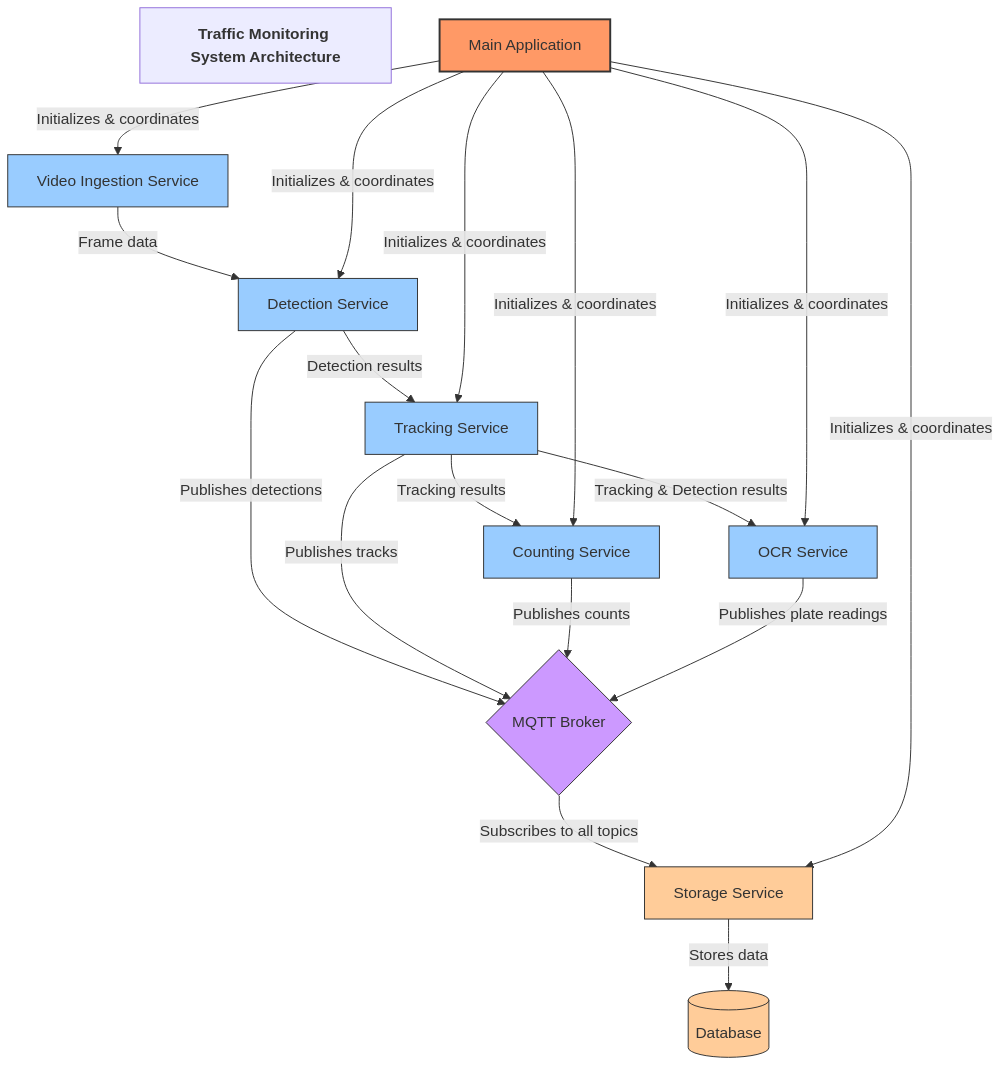
Earlier version of the Mermaid export traffic_monitoring/docs/images/architecture_diagram.png (leakless21/codespaces-blank). Its source is kept beside it as traffic_monitoring/docs/images/architecture_diagram.mmd. Its diagram source:
```mermaid
graph TD
    title[<b>Traffic Monitoring System Architecture</b>]

    Main[Main Application]
    Video[Video Ingestion Service]
    Detection[Detection Service]
    Tracking[Tracking Service]
    Counting[Counting Service]
    OCR[OCR Service]
    Storage[Storage Service]
    DB[(Database)]
    MQTT{MQTT Broker}

    Video -->|Frame data| Detection
    Detection -->|Detection results| Tracking
    Tracking -->|Tracking results| Counting
    Tracking -->|Tracking & Detection results| OCR

    Detection -->|Publishes detections| MQTT
    Tracking -->|Publishes tracks| MQTT
    Counting -->|Publishes counts| MQTT
    OCR -->|Publishes plate readings| MQTT
    MQTT -->|Subscribes to all topics| Storage

    Storage -->|Stores data| DB

    Main -->|Initializes & coordinates| Video
    Main -->|Initializes & coordinates| Detection
    Main -->|Initializes & coordinates| Tracking
    Main -->|Initializes & coordinates| Counting
    Main -->|Initializes & coordinates| OCR
    Main -->|Initializes & coordinates| Storage

    classDef main fill:#f96,stroke:#333,stroke-width:2px
    classDef service fill:#9cf,stroke:#333,stroke-width:1px
    classDef storage fill:#fc9,stroke:#333,stroke-width:1px
    classDef messaging fill:#c9f,stroke:#333,stroke-width:1px

    class Main main
    class Video,Detection,Tracking,Counting,OCR service
    class Storage,DB storage
    class MQTT messaging
```
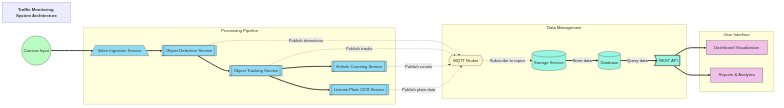
The same file after the commit.

What changed in the source:
```diff
@@ -1,42 +1,57 @@
-graph TD
+flowchart LR
     title[<b>Traffic Monitoring System Architecture</b>]
 
-    Main[Main Application]
-    Video[Video Ingestion Service]
-    Detection[Detection Service]
-    Tracking[Tracking Service]
-    Counting[Counting Service]
-    OCR[OCR Service]
-    Storage[Storage Service]
-    DB[(Database)]
-    MQTT{MQTT Broker}
+    Camera((Camera Input))
 
-    Video -->|Frame data| Detection
-    Detection -->|Detection results| Tracking
-    Tracking -->|Tracking results| Counting
-    Tracking -->|Tracking & Detection results| OCR
+    subgraph Processing["Processing Pipeline"]
+        direction TB
+        Video[/"Video Ingestion Service"\]
+        Detection[["Object Detection Service"]]
+        Tracking[["Object Tracking Service"]]
+        Counting[["Vehicle Counting Service"]]
+        OCR[["License Plate OCR Service"]]
+    end
 
-    Detection -->|Publishes detections| MQTT
-    Tracking -->|Publishes tracks| MQTT
-    Counting -->|Publishes counts| MQTT
-    OCR -->|Publishes plate readings| MQTT
-    MQTT -->|Subscribes to all topics| Storage
+    subgraph DataFlow["Data Management"]
+        direction TB
+        MQTT{{MQTT Broker}}
+        Storage[("Storage Service")]
+        DB[(Database)]
+        API>"REST API"]
+    end
 
-    Storage -->|Stores data| DB
+    subgraph UI["User Interface"]
+        direction TB
+        Dashboard["Dashboard Visualization"]
+        Reports["Reports & Analytics"]
+    end
 
-    Main -->|Initializes & coordinates| Video
-    Main -->|Initializes & coordinates| Detection
-    Main -->|Initializes & coordinates| Tracking
-    Main -->|Initializes & coordinates| Counting
-    Main -->|Initializes & coordinates| OCR
-    Main -->|Initializes & coordinates| Storage
+    Camera ==> Video
+    Video ==> Detection
+    Detection ==> Tracking
+    Tracking ==> Counting
+    Tracking ==> OCR
 
-    classDef main fill:#f96,stroke:#333,stroke-width:2px
-    classDef service fill:#9cf,stroke:#333,stroke-width:1px
-    classDef storage fill:#fc9,stroke:#333,stroke-width:1px
-    classDef messaging fill:#c9f,stroke:#333,stroke-width:1px
+    Detection -.->|"Publish detections"| MQTT
+    Tracking -.->|"Publish tracks"| MQTT
+    Counting -.->|"Publish counts"| MQTT
+    OCR -.->|"Publish plate data"| MQTT
 
-    class Main main
-    class Video,Detection,Tracking,Counting,OCR service
-    class Storage,DB storage
+    MQTT -.->|"Subscribe to topics"| Storage
+    Storage ==>|"Store data"| DB
+    DB ==>|"Query data"| API
+
+    API ==> Dashboard
+    API ==> Reports
+
+    classDef input fill:#b9fbc0,stroke:#333,stroke-width:1px
+    classDef process fill:#90dbf4,stroke:#333,stroke-width:1px
+    classDef messaging fill:#fbf8cc,stroke:#333,stroke-width:1px
+    classDef storage fill:#98f5e1,stroke:#333,stroke-width:1px
+    classDef ui fill:#f1c0e8,stroke:#333,stroke-width:1px
+
+    class Camera input
+    class Video,Detection,Tracking,Counting,OCR process
     class MQTT messaging
+    class Storage,DB,API storage
+    class Dashboard,Reports ui
```
